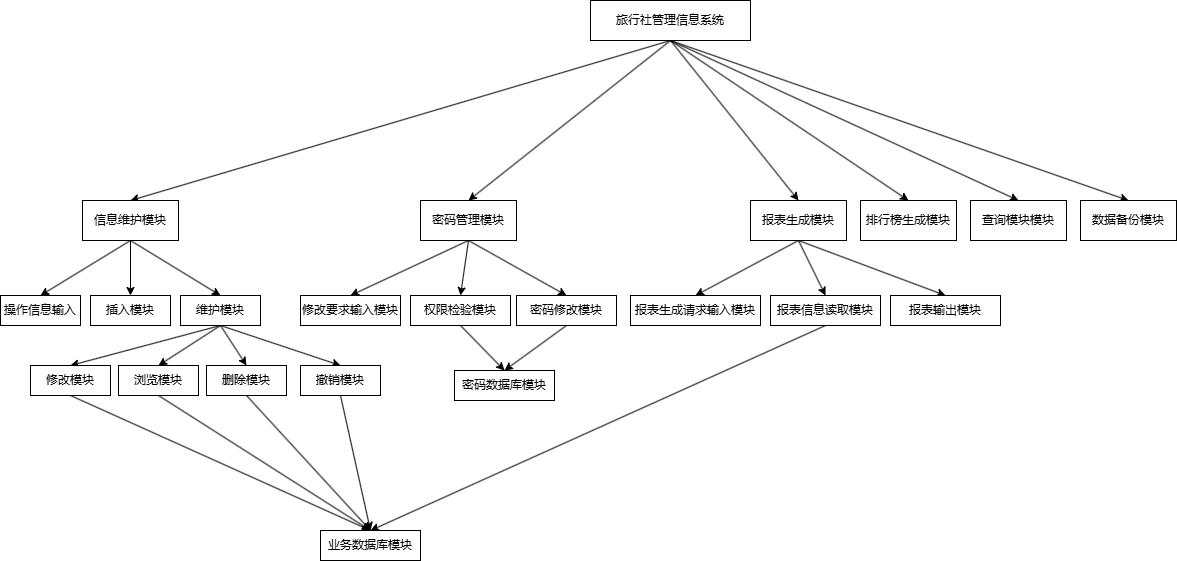
This is 系统结构图-顶层.drawio.png from wefcdse/softeng, a draw.io export, as it was before one commit. Source tidied: cells renumbered, new cells last; positions are measured from the earlier drawing's top-left corner, leaving out a move shared by most shapes.
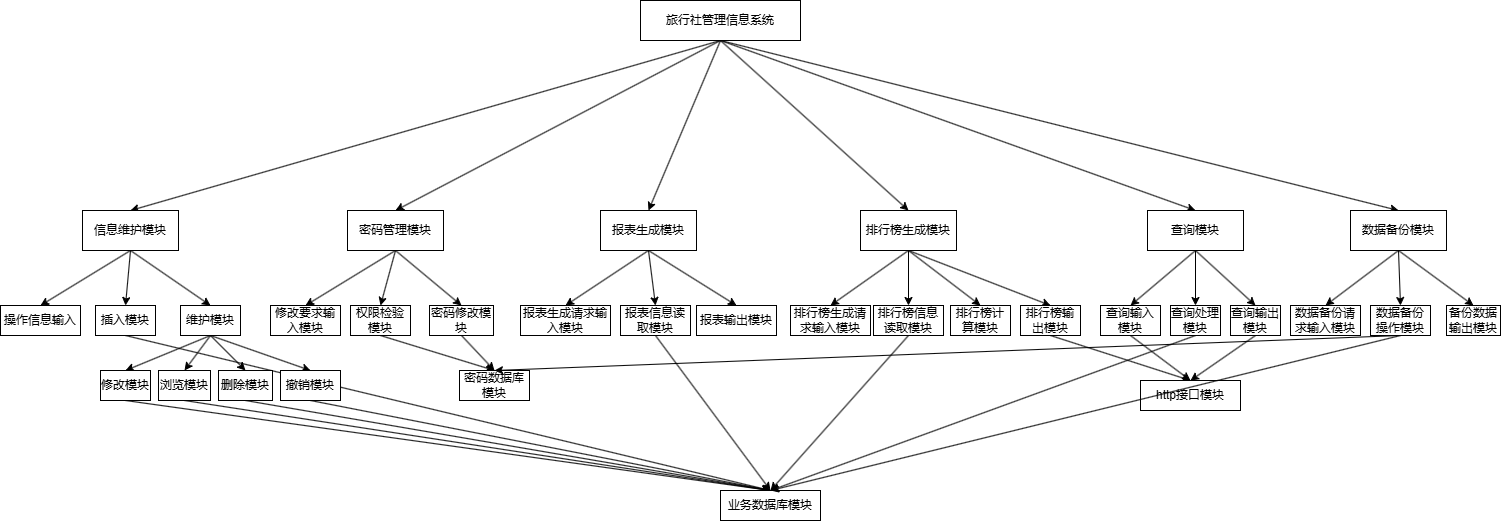
Later version of the same file.

Commit message:
更新系统结构图-顶层.drawio.png

Change to the diagram source:
```diff
@@ -21,7 +21,7 @@
       <mxGeometry relative="1" as="geometry" />
     </mxCell>
     <mxCell id="8" value="旅行社管理信息系统" style="rounded=0;whiteSpace=wrap;html=1;" parent="1" vertex="1">
-      <mxGeometry x="590" width="160" height="40" as="geometry" />
+      <mxGeometry x="700" y="-10" width="160" height="40" as="geometry" />
     </mxCell>
     <mxCell id="9" style="rounded=0;jettySize=auto;html=1;exitX=0.5;exitY=1;exitDx=0;exitDy=0;entryX=0.5;entryY=0;entryDx=0;entryDy=0;" parent="1" edge="1" source="12" target="24">
       <mxGeometry relative="1" as="geometry" />
@@ -33,7 +33,7 @@
       <mxGeometry relative="1" as="geometry" />
     </mxCell>
     <mxCell id="12" value="信息维护模块" style="rounded=0;whiteSpace=wrap;html=1;" parent="1" vertex="1">
-      <mxGeometry x="82" y="200" width="96" height="40" as="geometry" />
+      <mxGeometry x="142" y="200" width="96" height="40" as="geometry" />
     </mxCell>
     <mxCell id="13" style="rounded=0;jettySize=auto;html=1;exitX=0.5;exitY=1;exitDx=0;exitDy=0;entryX=0.5;entryY=0;entryDx=0;entryDy=0;" parent="1" edge="1" source="16" target="40">
       <mxGeometry relative="1" as="geometry" />
@@ -45,7 +45,7 @@
       <mxGeometry relative="1" as="geometry" />
     </mxCell>
     <mxCell id="16" value="密码管理模块" style="rounded=0;whiteSpace=wrap;html=1;" parent="1" vertex="1">
-      <mxGeometry x="420" y="200" width="96" height="40" as="geometry" />
+      <mxGeometry x="407" y="200" width="96" height="40" as="geometry" />
     </mxCell>
     <mxCell id="17" style="rounded=0;jettySize=auto;html=1;exitX=0.5;exitY=1;exitDx=0;exitDy=0;entryX=0.5;entryY=0;entryDx=0;entryDy=0;" parent="1" edge="1" source="20" target="46">
       <mxGeometry relative="1" as="geometry" />
@@ -57,28 +57,61 @@
       <mxGeometry relative="1" as="geometry" />
     </mxCell>
     <mxCell id="20" value="报表生成模块" style="rounded=0;whiteSpace=wrap;html=1;" parent="1" vertex="1">
-      <mxGeometry x="750" y="200" width="96" height="40" as="geometry" />
+      <mxGeometry x="660" y="200" width="96" height="40" as="geometry" />
     </mxCell>
+    <mxCell id="50" style="rounded=0;jettySize=auto;html=1;exitX=0.5;exitY=1;exitDx=0;exitDy=0;entryX=0.5;entryY=0;entryDx=0;entryDy=0;" parent="1" edge="1" source="21" target="61">
+      <mxGeometry relative="1" as="geometry" />
+    </mxCell>
+    <mxCell id="51" style="rounded=0;jettySize=auto;html=1;exitX=0.5;exitY=1;exitDx=0;exitDy=0;entryX=0.5;entryY=0;entryDx=0;entryDy=0;" parent="1" edge="1" source="21" target="63">
+      <mxGeometry relative="1" as="geometry" />
+    </mxCell>
+    <mxCell id="52" style="rounded=0;jettySize=auto;html=1;exitX=0.5;exitY=1;exitDx=0;exitDy=0;entryX=0.5;entryY=0;entryDx=0;entryDy=0;" parent="1" edge="1" source="21" target="64">
+      <mxGeometry relative="1" as="geometry" />
+    </mxCell>
+    <mxCell id="53" style="rounded=0;jettySize=auto;html=1;exitX=0.5;exitY=1;exitDx=0;exitDy=0;entryX=0.5;entryY=0;entryDx=0;entryDy=0;" parent="1" edge="1" source="21" target="66">
+      <mxGeometry relative="1" as="geometry" />
+    </mxCell>
     <mxCell id="21" value="排行榜生成模块" style="rounded=0;whiteSpace=wrap;html=1;" parent="1" vertex="1">
-      <mxGeometry x="860" y="200" width="96" height="40" as="geometry" />
+      <mxGeometry x="920" y="200" width="96" height="40" as="geometry" />
     </mxCell>
+    <mxCell id="54" style="rounded=0;jettySize=auto;html=1;exitX=0.5;exitY=1;exitDx=0;exitDy=0;entryX=0.5;entryY=0;entryDx=0;entryDy=0;" parent="1" edge="1" source="22" target="74">
+      <mxGeometry relative="1" as="geometry" />
+    </mxCell>
+    <mxCell id="55" style="rounded=0;jettySize=auto;html=1;exitX=0.5;exitY=1;exitDx=0;exitDy=0;entryX=0.5;entryY=0;entryDx=0;entryDy=0;" parent="1" edge="1" source="22" target="77">
+      <mxGeometry relative="1" as="geometry" />
+    </mxCell>
+    <mxCell id="56" style="rounded=0;jettySize=auto;html=1;exitX=0.5;exitY=1;exitDx=0;exitDy=0;entryX=0.5;entryY=0;entryDx=0;entryDy=0;" parent="1" edge="1" source="22" target="78">
+      <mxGeometry relative="1" as="geometry" />
+    </mxCell>
     <mxCell id="22" value="数据备份模块" style="rounded=0;whiteSpace=wrap;html=1;" parent="1" vertex="1">
-      <mxGeometry x="1080" y="200" width="96" height="40" as="geometry" />
+      <mxGeometry x="1410" y="200" width="96" height="40" as="geometry" />
     </mxCell>
+    <mxCell id="57" style="rounded=0;jettySize=auto;html=1;exitX=0.5;exitY=1;exitDx=0;exitDy=0;entryX=0.5;entryY=0;entryDx=0;entryDy=0;" parent="1" edge="1" source="23" target="71">
+      <mxGeometry relative="1" as="geometry" />
+    </mxCell>
+    <mxCell id="58" style="rounded=0;jettySize=auto;html=1;exitX=0.5;exitY=1;exitDx=0;exitDy=0;entryX=0.5;entryY=0;entryDx=0;entryDy=0;" parent="1" edge="1" source="23" target="69">
+      <mxGeometry relative="1" as="geometry" />
+    </mxCell>
+    <mxCell id="59" style="rounded=0;jettySize=auto;html=1;exitX=0.5;exitY=1;exitDx=0;exitDy=0;entryX=0.5;entryY=0;entryDx=0;entryDy=0;" parent="1" edge="1" source="23" target="73">
+      <mxGeometry relative="1" as="geometry" />
+    </mxCell>
-    <mxCell id="23" value="查询模块模块" style="rounded=0;whiteSpace=wrap;html=1;" parent="1" vertex="1">
-      <mxGeometry x="970" y="200" width="96" height="40" as="geometry" />
+    <mxCell id="23" value="查询模块" style="rounded=0;whiteSpace=wrap;html=1;" parent="1" vertex="1">
+      <mxGeometry x="1207" y="200" width="96" height="40" as="geometry" />
     </mxCell>
     <mxCell id="24" value="操作信息输入" style="rounded=0;whiteSpace=wrap;html=1;" parent="1" vertex="1">
-      <mxGeometry y="295" width="80" height="30" as="geometry" />
+      <mxGeometry x="60" y="295" width="80" height="30" as="geometry" />
     </mxCell>
+    <mxCell id="60" style="rounded=0;jettySize=auto;html=1;exitX=0.5;exitY=1;exitDx=0;exitDy=0;entryX=0.5;entryY=0;entryDx=0;entryDy=0;" parent="1" edge="1" source="25" target="39">
+      <mxGeometry relative="1" as="geometry" />
+    </mxCell>
     <mxCell id="25" value="插入模块" style="rounded=0;whiteSpace=wrap;html=1;" parent="1" vertex="1">
-      <mxGeometry x="90" y="295" width="80" height="30" as="geometry" />
+      <mxGeometry x="155" y="295" width="60" height="30" as="geometry" />
     </mxCell>
     <mxCell id="26" style="rounded=0;jettySize=auto;html=1;exitX=0.5;exitY=1;exitDx=0;exitDy=0;entryX=0.5;entryY=0;entryDx=0;entryDy=0;" parent="1" edge="1" source="27" target="39">
       <mxGeometry relative="1" as="geometry" />
     </mxCell>
     <mxCell id="27" value="删除模块" style="rounded=0;whiteSpace=wrap;html=1;" parent="1" vertex="1">
-      <mxGeometry x="206" y="365" width="80" height="30" as="geometry" />
+      <mxGeometry x="278" y="360" width="54" height="30" as="geometry" />
     </mxCell>
     <mxCell id="28" style="rounded=0;jettySize=auto;html=1;exitX=0.5;exitY=1;exitDx=0;exitDy=0;entryX=0.5;entryY=0;entryDx=0;entryDy=0;" parent="1" edge="1" source="32" target="36">
       <mxGeometry relative="1" as="geometry" />
@@ -93,58 +126,112 @@
       <mxGeometry relative="1" as="geometry" />
     </mxCell>
     <mxCell id="32" value="维护模块" style="rounded=0;whiteSpace=wrap;html=1;" parent="1" vertex="1">
-      <mxGeometry x="180" y="295" width="80" height="30" as="geometry" />
+      <mxGeometry x="240" y="295" width="60" height="30" as="geometry" />
     </mxCell>
     <mxCell id="33" style="rounded=0;jettySize=auto;html=1;exitX=0.5;exitY=1;exitDx=0;exitDy=0;entryX=0.5;entryY=0;entryDx=0;entryDy=0;" parent="1" edge="1" source="34" target="39">
       <mxGeometry relative="1" as="geometry" />
     </mxCell>
     <mxCell id="34" value="浏览模块" style="rounded=0;whiteSpace=wrap;html=1;" parent="1" vertex="1">
-      <mxGeometry x="118" y="365" width="80" height="30" as="geometry" />
+      <mxGeometry x="218" y="360" width="52" height="30" as="geometry" />
     </mxCell>
     <mxCell id="35" style="rounded=0;jettySize=auto;html=1;exitX=0.5;exitY=1;exitDx=0;exitDy=0;entryX=0.5;entryY=0;entryDx=0;entryDy=0;" parent="1" edge="1" source="36" target="39">
       <mxGeometry relative="1" as="geometry" />
     </mxCell>
     <mxCell id="36" value="修改模块" style="rounded=0;whiteSpace=wrap;html=1;" parent="1" vertex="1">
-      <mxGeometry x="30" y="365" width="80" height="30" as="geometry" />
+      <mxGeometry x="160" y="360" width="50" height="30" as="geometry" />
     </mxCell>
     <mxCell id="37" style="rounded=0;jettySize=auto;html=1;exitX=0.5;exitY=1;exitDx=0;exitDy=0;entryX=0.5;entryY=0;entryDx=0;entryDy=0;" parent="1" edge="1" source="38" target="39">
       <mxGeometry relative="1" as="geometry" />
     </mxCell>
     <mxCell id="38" value="撤销模块" style="rounded=0;whiteSpace=wrap;html=1;" parent="1" vertex="1">
-      <mxGeometry x="300" y="365" width="80" height="30" as="geometry" />
+      <mxGeometry x="340" y="360" width="60" height="30" as="geometry" />
     </mxCell>
     <mxCell id="39" value="业务数据库模块" style="rounded=0;whiteSpace=wrap;html=1;" parent="1" vertex="1">
-      <mxGeometry x="320" y="530" width="100" height="30" as="geometry" />
+      <mxGeometry x="780" y="480" width="100" height="30" as="geometry" />
     </mxCell>
     <mxCell id="40" value="修改要求输入模块" style="rounded=0;whiteSpace=wrap;html=1;" parent="1" vertex="1">
-      <mxGeometry x="300" y="295" width="100" height="30" as="geometry" />
+      <mxGeometry x="330" y="295" width="70" height="30" as="geometry" />
     </mxCell>
     <mxCell id="41" style="rounded=0;jettySize=auto;html=1;exitX=0.5;exitY=1;exitDx=0;exitDy=0;entryX=0.5;entryY=0;entryDx=0;entryDy=0;" parent="1" edge="1" source="42" target="45">
       <mxGeometry relative="1" as="geometry" />
     </mxCell>
     <mxCell id="42" value="权限检验模块" style="rounded=0;whiteSpace=wrap;html=1;" parent="1" vertex="1">
-      <mxGeometry x="410" y="295" width="100" height="30" as="geometry" />
+      <mxGeometry x="410" y="295" width="60" height="30" as="geometry" />
     </mxCell>
     <mxCell id="43" style="rounded=0;jettySize=auto;html=1;exitX=0.5;exitY=1;exitDx=0;exitDy=0;entryX=0.5;entryY=0;entryDx=0;entryDy=0;" parent="1" edge="1" source="44" target="45">
       <mxGeometry relative="1" as="geometry" />
     </mxCell>
     <mxCell id="44" value="密码修改模块" style="rounded=0;whiteSpace=wrap;html=1;" parent="1" vertex="1">
-      <mxGeometry x="516" y="295" width="100" height="30" as="geometry" />
+      <mxGeometry x="489" y="295" width="64" height="30" as="geometry" />
     </mxCell>
     <mxCell id="45" value="密码数据库模块" style="rounded=0;whiteSpace=wrap;html=1;" parent="1" vertex="1">
-      <mxGeometry x="454" y="370" width="100" height="30" as="geometry" />
+      <mxGeometry x="519" y="360" width="70" height="30" as="geometry" />
     </mxCell>
     <mxCell id="46" value="报表生成请求输入模块" style="rounded=0;whiteSpace=wrap;html=1;" parent="1" vertex="1">
-      <mxGeometry x="630" y="295" width="130" height="30" as="geometry" />
+      <mxGeometry x="580" y="295" width="90" height="30" as="geometry" />
     </mxCell>
     <mxCell id="47" style="rounded=0;jettySize=auto;html=1;exitX=0.5;exitY=1;exitDx=0;exitDy=0;entryX=0.5;entryY=0;entryDx=0;entryDy=0;" parent="1" edge="1" source="48" target="39">
       <mxGeometry relative="1" as="geometry" />
     </mxCell>
     <mxCell id="48" value="报表信息读取模块" style="rounded=0;whiteSpace=wrap;html=1;" parent="1" vertex="1">
-      <mxGeometry x="770" y="295" width="110" height="30" as="geometry" />
+      <mxGeometry x="680" y="295" width="70" height="30" as="geometry" />
     </mxCell>
     <mxCell id="49" value="报表输出模块" style="rounded=0;whiteSpace=wrap;html=1;" parent="1" vertex="1">
-      <mxGeometry x="890" y="295" width="110" height="30" as="geometry" />
+      <mxGeometry x="756" y="295" width="80" height="30" as="geometry" />
     </mxCell>
+    <mxCell id="61" value="排行榜生成请求输入模块" style="rounded=0;whiteSpace=wrap;html=1;" parent="1" vertex="1">
+      <mxGeometry x="850" y="295" width="80" height="30" as="geometry" />
+    </mxCell>
+    <mxCell id="62" style="rounded=0;jettySize=auto;html=1;exitX=0.5;exitY=1;exitDx=0;exitDy=0;entryX=0.5;entryY=0;entryDx=0;entryDy=0;" parent="1" edge="1" source="63" target="39">
+      <mxGeometry relative="1" as="geometry" />
+    </mxCell>
+    <mxCell id="63" value="排行榜信息读取模块" style="rounded=0;whiteSpace=wrap;html=1;" parent="1" vertex="1">
+      <mxGeometry x="933" y="295" width="70" height="30" as="geometry" />
+    </mxCell>
+    <mxCell id="64" value="排行榜计算模块" style="rounded=0;whiteSpace=wrap;html=1;" parent="1" vertex="1">
+      <mxGeometry x="1010" y="295" width="60" height="30" as="geometry" />
+    </mxCell>
+    <mxCell id="65" style="rounded=0;jettySize=auto;html=1;exitX=0.5;exitY=1;exitDx=0;exitDy=0;entryX=0.5;entryY=0;entryDx=0;entryDy=0;" parent="1" edge="1" source="66" target="67">
+      <mxGeometry relative="1" as="geometry" />
+    </mxCell>
+    <mxCell id="66" value="排行榜输出模块" style="rounded=0;whiteSpace=wrap;html=1;" parent="1" vertex="1">
+      <mxGeometry x="1080" y="295" width="60" height="30" as="geometry" />
+    </mxCell>
+    <mxCell id="67" value="http接口模块" style="rounded=0;whiteSpace=wrap;html=1;" parent="1" vertex="1">
+      <mxGeometry x="1200" y="370" width="100" height="30" as="geometry" />
+    </mxCell>
+    <mxCell id="68" style="rounded=0;jettySize=auto;html=1;exitX=0.5;exitY=1;exitDx=0;exitDy=0;entryX=0.5;entryY=0;entryDx=0;entryDy=0;" parent="1" edge="1" source="69" target="67">
+      <mxGeometry relative="1" as="geometry" />
+    </mxCell>
+    <mxCell id="69" value="查询输入模块" style="rounded=0;whiteSpace=wrap;html=1;" parent="1" vertex="1">
+      <mxGeometry x="1160" y="295" width="60" height="30" as="geometry" />
+    </mxCell>
+    <mxCell id="70" style="rounded=0;jettySize=auto;html=1;exitX=0.5;exitY=1;exitDx=0;exitDy=0;entryX=0.5;entryY=0;entryDx=0;entryDy=0;" parent="1" edge="1" source="71" target="39">
+      <mxGeometry relative="1" as="geometry" />
+    </mxCell>
+    <mxCell id="71" value="查询处理模块" style="rounded=0;whiteSpace=wrap;html=1;" parent="1" vertex="1">
+      <mxGeometry x="1230" y="295" width="50" height="30" as="geometry" />
+    </mxCell>
+    <mxCell id="72" style="rounded=0;jettySize=auto;html=1;exitX=0.5;exitY=1;exitDx=0;exitDy=0;entryX=0.5;entryY=0;entryDx=0;entryDy=0;" parent="1" edge="1" source="73" target="67">
+      <mxGeometry relative="1" as="geometry" />
+    </mxCell>
+    <mxCell id="73" value="查询输出模块" style="rounded=0;whiteSpace=wrap;html=1;" parent="1" vertex="1">
+      <mxGeometry x="1290" y="295" width="50" height="30" as="geometry" />
+    </mxCell>
+    <mxCell id="74" value="数据备份请求输入模块" style="rounded=0;whiteSpace=wrap;html=1;" parent="1" vertex="1">
+      <mxGeometry x="1350" y="295" width="70" height="30" as="geometry" />
+    </mxCell>
+    <mxCell id="75" style="rounded=0;jettySize=auto;html=1;exitX=0.5;exitY=1;exitDx=0;exitDy=0;entryX=0.5;entryY=0;entryDx=0;entryDy=0;" parent="1" edge="1" source="77" target="39">
+      <mxGeometry relative="1" as="geometry" />
+    </mxCell>
+    <mxCell id="76" style="rounded=0;jettySize=auto;html=1;exitX=0.5;exitY=1;exitDx=0;exitDy=0;entryX=0.5;entryY=0;entryDx=0;entryDy=0;" parent="1" edge="1" source="77" target="45">
+      <mxGeometry relative="1" as="geometry" />
+    </mxCell>
+    <mxCell id="77" value="数据备份操作模块" style="rounded=0;whiteSpace=wrap;html=1;" parent="1" vertex="1">
+      <mxGeometry x="1430" y="295" width="60" height="30" as="geometry" />
+    </mxCell>
+    <mxCell id="78" value="备份数据输出模块" style="rounded=0;whiteSpace=wrap;html=1;" parent="1" vertex="1">
+      <mxGeometry x="1506" y="295" width="54" height="30" as="geometry" />
+    </mxCell>
   </root>
 </mxGraphModel>
```
